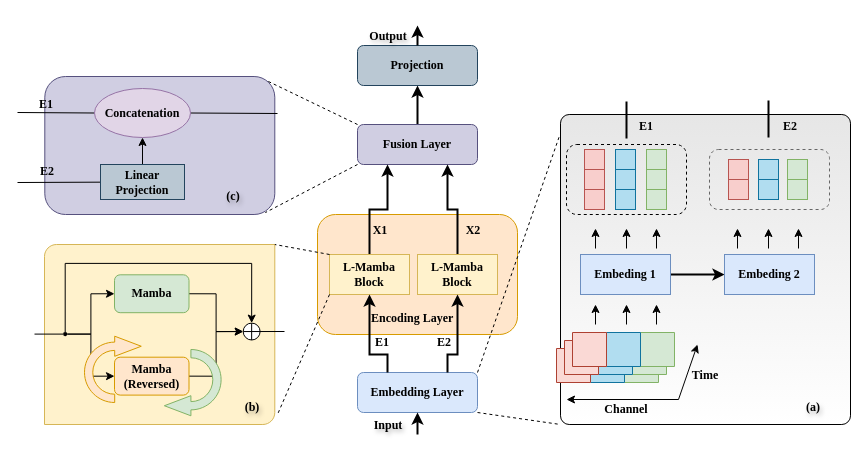
Above: page "L-Mamba" (6 of 7) of pics/my_model.drawio in nanxi666/TimeMachine (draw.io), before the change. Source tidied: cells renumbered, new cells numbered last; positions are measured from the earlier drawing's top-left corner, leaving out a move shared by most shapes. Both pictures are drawn from the tidied source at 100%, with x=0, y=0 at pixel (17, 25).
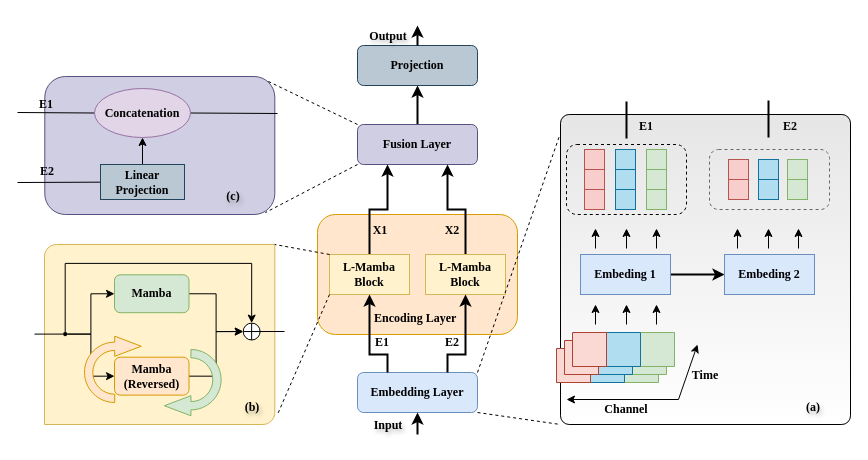
Above is the later version.

Unchanged cells that the change refers to:
```xml
<mxCell id="2" style="group;fontFamily=Times New Roman;fontStyle=1;" parent="1" vertex="1">
  <mxGeometry width="820" height="409" as="geometry" />
</mxCell>
<mxCell id="4" value="Embedding Layer" style="rounded=1;whiteSpace=wrap;html=1;fillColor=#dae8fc;strokeColor=#6c8ebf;fontFamily=Times New Roman;fontStyle=1;" parent="2" vertex="1">
  <mxGeometry x="340" y="347" width="120" height="40" as="geometry" />
</mxCell>
```

Diff of the diagram source:
```diff
@@
     <mxCell id="13" value="L-Mamba Block" style="rounded=0;whiteSpace=wrap;html=1;fillColor=#fff2cc;strokeColor=#d6b656;fontFamily=Times New Roman;fontStyle=1;" parent="2" vertex="1">
-      <mxGeometry x="400" y="229" width="80" height="40" as="geometry" />
+      <mxGeometry x="408" y="229" width="80" height="40" as="geometry" />
     </mxCell>
@@
     <mxCell id="15" style="edgeStyle=orthogonalEdgeStyle;rounded=0;jettySize=auto;html=1;exitX=0.75;exitY=0;exitDx=0;exitDy=0;entryX=0.5;entryY=1;entryDx=0;entryDy=0;strokeWidth=2;fontFamily=Times New Roman;fontStyle=1;" parent="2" edge="1" source="4" target="13">
       <mxGeometry relative="1" as="geometry">
         <Array as="points">
           <mxPoint x="430" y="329" />
-          <mxPoint x="440" y="329" />
+          <mxPoint x="448" y="329" />
         </Array>
       </mxGeometry>
     </mxCell>
@@
     <mxCell id="97" value="E2" style="text;html=1;align=center;verticalAlign=middle;whiteSpace=wrap;rounded=0;fontFamily=Times New Roman;fontStyle=1;" parent="2" vertex="1">
-      <mxGeometry x="408" y="307" width="38" height="20" as="geometry" />
+      <mxGeometry x="416" y="307" width="38" height="20" as="geometry" />
     </mxCell>
@@
     <mxCell id="106" value="Encoding Layer" style="text;whiteSpace=wrap;fontFamily=Times New Roman;fontStyle=1;" parent="2" vertex="1">
-      <mxGeometry x="352" y="279" width="89.5" height="21" as="geometry" />
+      <mxGeometry x="355.2" y="279" width="89.5" height="21" as="geometry" />
     </mxCell>
@@
-    <mxCell id="108" value="X2" style="text;html=1;align=center;verticalAlign=middle;whiteSpace=wrap;rounded=0;fontFamily=Times New Roman;fontStyle=1;" parent="1" vertex="1">
-      <mxGeometry x="437" y="194.5" width="38" height="20" as="geometry" />
+    <mxCell id="108" value="X2" style="text;html=1;align=center;verticalAlign=middle;whiteSpace=wrap;rounded=0;fontFamily=Times New Roman;fontStyle=1;" parent="2" vertex="1">
+      <mxGeometry x="416" y="194.5" width="38" height="20" as="geometry" />
     </mxCell>
```
